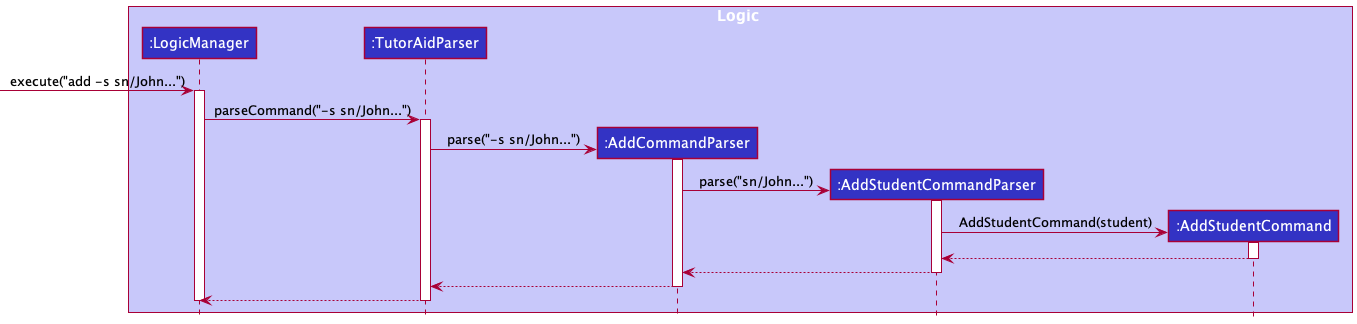
nus-cs2103-AY2122S1/tp keeps this PlantUML diagram as docs/images/ParseAddStudentCommandSequenceDiagram.png. Above is the earlier version. Source of this version:
```plantuml
@startuml
!include style.puml

box Logic LOGIC_COLOR_T1
participant ":LogicManager" as LogicManager LOGIC_COLOR
participant ":TutorAidParser" as TutorAidParser LOGIC_COLOR
participant ":AddCommandParser" as AddCommandParser LOGIC_COLOR
participant ":AddStudentCommandParser" as AddStudentCommandParser LOGIC_COLOR
participant ":AddStudentCommand" as AddStudentCommand LOGIC_COLOR
end box

[-> LogicManager : execute("add -s sn/John...")
activate LogicManager

LogicManager -> TutorAidParser : parseCommand("-s sn/John...")
activate TutorAidParser

create AddCommandParser
TutorAidParser -> AddCommandParser : parse("-s sn/John...")
activate AddCommandParser

create AddStudentCommandParser
AddCommandParser -> AddStudentCommandParser : parse("sn/John...")
activate AddStudentCommandParser

create AddStudentCommand
AddStudentCommandParser -> AddStudentCommand : AddStudentCommand(student)
activate AddStudentCommand

AddStudentCommand --> AddStudentCommandParser
deactivate AddStudentCommand

AddStudentCommandParser --> AddCommandParser
deactivate AddStudentCommandParser

AddCommandParser --> TutorAidParser
deactivate AddCommandParser

TutorAidParser --> LogicManager
deactivate TutorAidParser

deactivate LogicManager

@enduml
```
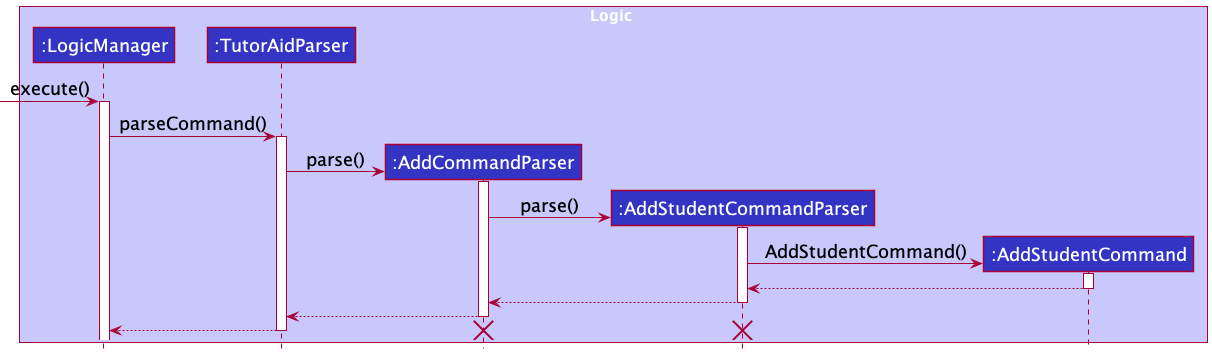
Later version of the same file.

Change to the diagram source:
```diff
@@ -9,22 +9,27 @@
 participant ":AddStudentCommand" as AddStudentCommand LOGIC_COLOR
 end box
 
-[-> LogicManager : execute("add -s sn/John...")
+skinparam classFontSize 18
+skinparam packageFontSize 18
+skinparam classStereotypeFontSize 18
+skinparam defaultFontSize 18
+
+[-> LogicManager : execute()
 activate LogicManager
 
-LogicManager -> TutorAidParser : parseCommand("-s sn/John...")
+LogicManager -> TutorAidParser : parseCommand()
 activate TutorAidParser
 
 create AddCommandParser
-TutorAidParser -> AddCommandParser : parse("-s sn/John...")
+TutorAidParser -> AddCommandParser : parse()
 activate AddCommandParser
 
 create AddStudentCommandParser
-AddCommandParser -> AddStudentCommandParser : parse("sn/John...")
+AddCommandParser -> AddStudentCommandParser : parse()
 activate AddStudentCommandParser
 
 create AddStudentCommand
-AddStudentCommandParser -> AddStudentCommand : AddStudentCommand(student)
+AddStudentCommandParser -> AddStudentCommand : AddStudentCommand()
 activate AddStudentCommand
 
 AddStudentCommand --> AddStudentCommandParser
@@ -39,6 +44,8 @@
 TutorAidParser --> LogicManager
 deactivate TutorAidParser
 
-deactivate LogicManager
+destroy AddStudentCommandParser
+
+destroy AddCommandParser
 
 @enduml
```
